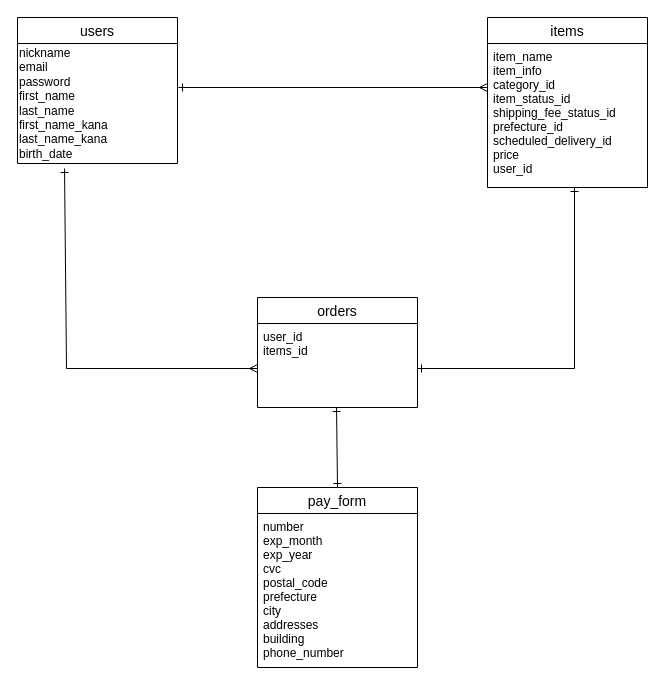
This is furima-37376.dio from yukisuzuki0314/furima-37376, a draw.io file, before an edit. Source tidied: cells renumbered, new cells numbered last; positions are measured from the earlier drawing's top-left corner, leaving out a move shared by most shapes. Both pictures are drawn from the tidied source at 100%, with x=0, y=0 at pixel (17, 17).
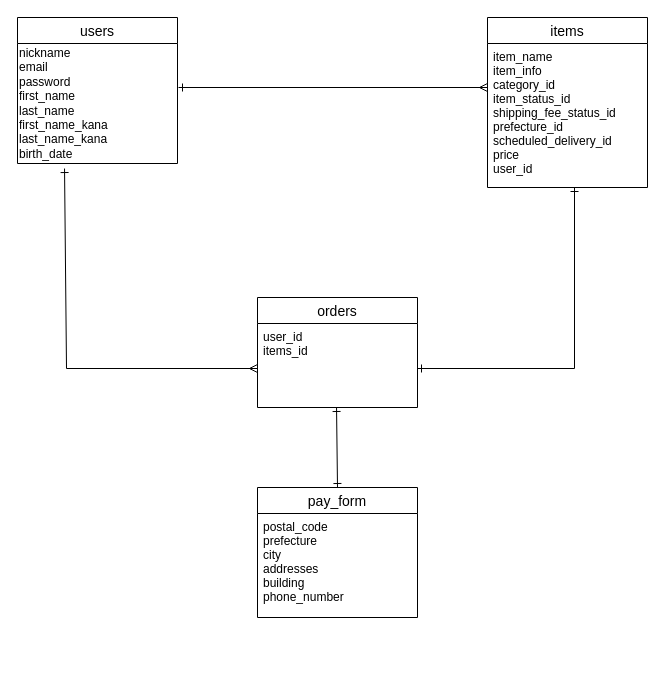
Above is the later version.

Commit message (it also covers changes not shown here):
データベース設計の修正2

What changed in the source:
```diff
@@
 <mxGraphModel>
   <root>
     <mxCell id="0" />
     <mxCell id="1" parent="0" />
     <mxCell id="2" value="items" style="swimlane;fontStyle=0;horizontal=1;startSize=26;align=center;fontSize=14;" parent="1" vertex="1">
       <mxGeometry x="470" width="160" height="170" as="geometry" />
     </mxCell>
     <mxCell id="3" value="item_name&#10;item_info&#10;category_id&#10;item_status_id&#10;shipping_fee_status_id&#10;prefecture_id&#10;scheduled_delivery_id&#10;price&#10;user_id" style="text;strokeColor=none;fillColor=none;spacingLeft=4;spacingRight=4;overflow=hidden;fontSize=12;" parent="2" vertex="1">
       <mxGeometry y="26" width="160" height="144" as="geometry" />
     </mxCell>
     <mxCell id="4" style="edgeStyle=none;html=1;strokeColor=default;rounded=0;targetPerimeterSpacing=0;endSize=6;startArrow=ERmany;startFill=0;endArrow=ERone;endFill=0;" parent="1" edge="1">
       <mxGeometry relative="1" as="geometry">
         <mxPoint x="470" y="70" as="sourcePoint" />
         <mxPoint x="161" y="70" as="targetPoint" />
       </mxGeometry>
     </mxCell>
     <mxCell id="5" value="users" style="swimlane;fontStyle=0;horizontal=1;startSize=26;align=center;fontSize=14;" parent="1" vertex="1">
       <mxGeometry width="160" height="146" as="geometry" />
     </mxCell>
     <mxCell id="6" value="nickname&lt;br&gt;email&lt;br&gt;password&lt;br&gt;first_name&lt;br&gt;last_name&lt;br&gt;first_name_kana&lt;br&gt;last_name_kana&lt;br&gt;birth_date" style="text;html=1;align=left;verticalAlign=middle;points=[];strokeColor=none;fillColor=none;" parent="5" vertex="1">
       <mxGeometry y="26" width="160" height="120" as="geometry" />
     </mxCell>
     <mxCell id="7" value="orders" style="swimlane;fontStyle=0;horizontal=1;startSize=26;align=center;fontSize=14;" parent="1" vertex="1">
       <mxGeometry x="240" y="280" width="160" height="110" as="geometry" />
     </mxCell>
     <mxCell id="8" style="edgeStyle=none;rounded=0;html=1;startArrow=ERmany;startFill=0;endArrow=ERone;endFill=0;endSize=6;targetPerimeterSpacing=0;strokeColor=default;entryX=0.294;entryY=1.042;entryDx=0;entryDy=0;entryPerimeter=0;" parent="1" edge="1" target="6">
       <mxGeometry relative="1" as="geometry">
         <mxPoint x="240" y="351" as="sourcePoint" />
         <Array as="points">
           <mxPoint x="49" y="351" />
         </Array>
       </mxGeometry>
     </mxCell>
     <mxCell id="9" style="edgeStyle=none;rounded=0;html=1;startArrow=ERone;startFill=0;endArrow=ERone;endFill=0;endSize=6;targetPerimeterSpacing=0;strokeColor=default;" parent="1" edge="1">
       <mxGeometry relative="1" as="geometry">
         <mxPoint x="400" y="351" as="sourcePoint" />
         <mxPoint x="557" y="170" as="targetPoint" />
         <Array as="points">
           <mxPoint x="557" y="351" />
         </Array>
       </mxGeometry>
     </mxCell>
     <mxCell id="10" style="edgeStyle=none;html=1;exitX=0.5;exitY=0;exitDx=0;exitDy=0;entryX=0.494;entryY=1;entryDx=0;entryDy=0;entryPerimeter=0;startArrow=ERone;startFill=0;endArrow=ERone;endFill=0;" parent="1" edge="1" source="11" target="13">
       <mxGeometry relative="1" as="geometry" />
     </mxCell>
     <mxCell id="11" value="pay_form" style="swimlane;fontStyle=0;horizontal=1;startSize=26;align=center;fontSize=14;" parent="1" vertex="1">
-      <mxGeometry x="240" y="470" width="160" height="180" as="geometry" />
+      <mxGeometry x="240" y="470" width="160" height="130" as="geometry" />
     </mxCell>
-    <mxCell id="12" value="number&#10;exp_month&#10;exp_year&#10;cvc&#10;postal_code&#10;prefecture&#10;city&#10;addresses&#10;building&#10;phone_number" style="text;strokeColor=none;fillColor=none;spacingLeft=4;spacingRight=4;overflow=hidden;fontSize=12;" parent="11" vertex="1">
-      <mxGeometry y="26" width="160" height="154" as="geometry" />
+    <mxCell id="12" value="postal_code&#10;prefecture&#10;city&#10;addresses&#10;building&#10;phone_number" style="text;strokeColor=none;fillColor=none;spacingLeft=4;spacingRight=4;overflow=hidden;fontSize=12;" parent="11" vertex="1">
+      <mxGeometry y="26" width="160" height="104" as="geometry" />
     </mxCell>
     <mxCell id="13" value="user_id&#10;items_id" style="text;strokeColor=none;fillColor=none;spacingLeft=4;spacingRight=4;overflow=hidden;points=[[0,0.5],[1,0.5]];portConstraint=eastwest;fontSize=12;" parent="1" vertex="1">
       <mxGeometry x="240" y="306" width="160" height="84" as="geometry" />
     </mxCell>
   </root>
 </mxGraphModel>
```
